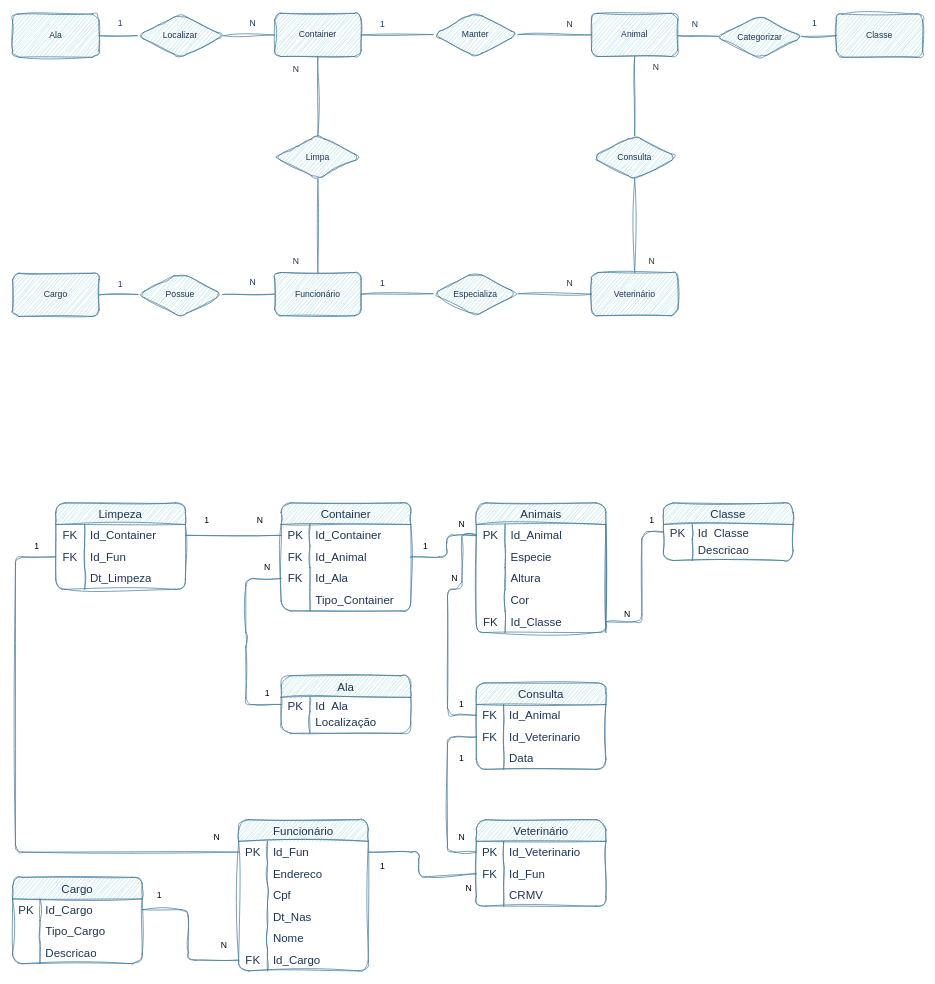
This is ETEC/DB/Atvs/Diagrama sem nome.drawio from Endrigogustavo/2Ano-ETEC, a draw.io file, before an edit. Source tidied: cells renumbered, new cells numbered last; positions are measured from the earlier drawing's top-left corner, leaving out a move shared by most shapes. Both pictures are drawn from the tidied source at 72%, with x=0, y=0 at pixel (12, 12).
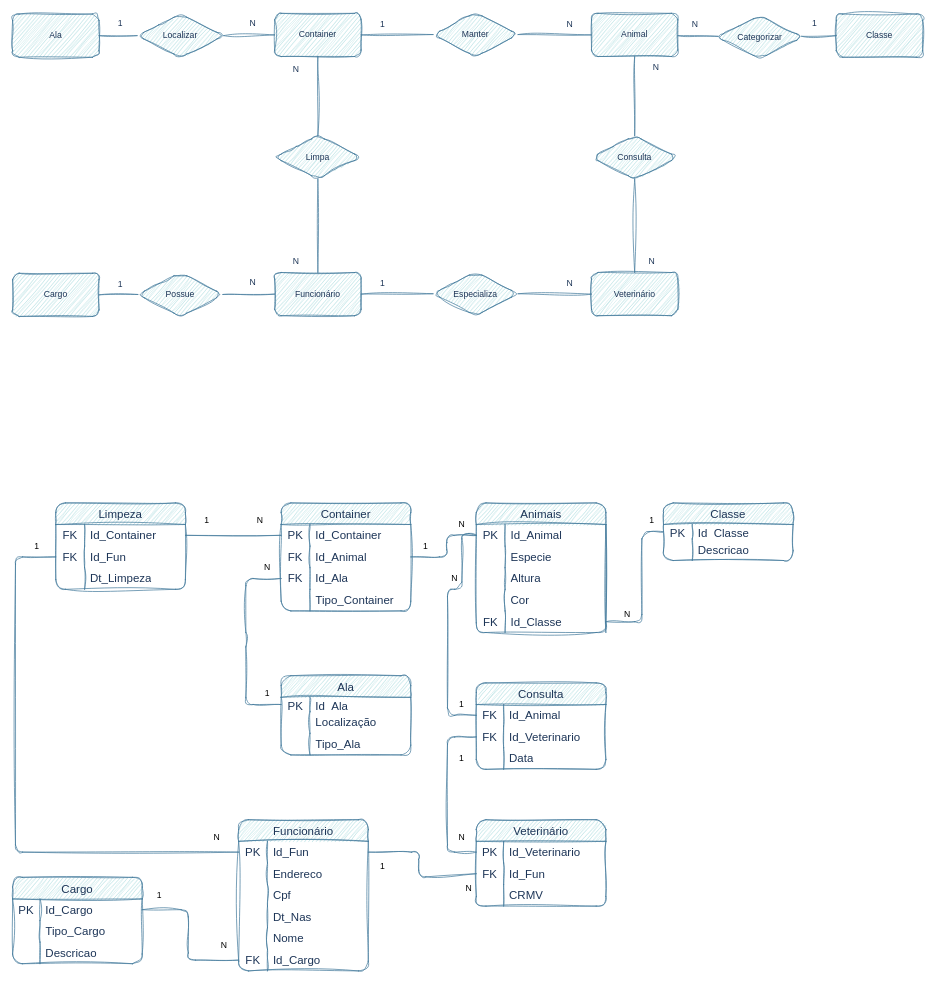
The same page after the edit.

The edit, as a diff of the source:
```diff
@@
     <mxCell id="48" value="Ala" style="shape=table;startSize=30;childLayout=tableLayout;rowLines=0;fontStyle=0;strokeColor=#457B9D;fontSize=16;rounded=1;sketch=1;curveFitting=1;jiggle=2;labelBackgroundColor=none;fillColor=#A8DADC;fontColor=#1D3557;" parent="1" vertex="1">
-      <mxGeometry x="373" y="921" width="180" height="80" as="geometry" />
+      <mxGeometry x="373" y="921" width="180" height="110" as="geometry" />
     </mxCell>
@@
+    <mxCell id="174" style="shape=tableRow;horizontal=0;startSize=0;swimlaneHead=0;swimlaneBody=0;top=0;left=0;bottom=0;right=0;fillColor=none;strokeColor=#457B9D;fontSize=16;rounded=1;sketch=1;curveFitting=1;jiggle=2;labelBackgroundColor=none;fontColor=#1D3557;" parent="48" vertex="1">
+      <mxGeometry y="50" width="180" height="30" as="geometry" />
+    </mxCell>
+    <mxCell id="175" style="shape=partialRectangle;html=1;whiteSpace=wrap;fillColor=none;top=0;left=0;bottom=0;right=0;overflow=hidden;strokeColor=#457B9D;fontSize=16;rounded=1;sketch=1;curveFitting=1;jiggle=2;labelBackgroundColor=none;fontColor=#1D3557;" parent="174" vertex="1">
+      <mxGeometry width="40" height="30" as="geometry" />
+    </mxCell>
+    <mxCell id="176" value="Localização" style="shape=partialRectangle;html=1;whiteSpace=wrap;fillColor=none;top=0;left=0;bottom=0;right=0;align=left;spacingLeft=6;overflow=hidden;strokeColor=#457B9D;fontSize=16;rounded=1;sketch=1;curveFitting=1;jiggle=2;labelBackgroundColor=none;fontColor=#1D3557;" parent="174" vertex="1">
+      <mxGeometry x="40" width="140" height="30" as="geometry" />
+    </mxCell>
     <mxCell id="52" style="shape=tableRow;horizontal=0;startSize=0;swimlaneHead=0;swimlaneBody=0;top=0;left=0;bottom=0;right=0;fillColor=none;strokeColor=#457B9D;fontSize=16;rounded=1;sketch=1;curveFitting=1;jiggle=2;labelBackgroundColor=none;fontColor=#1D3557;" parent="48" vertex="1">
-      <mxGeometry y="50" width="180" height="30" as="geometry" />
+      <mxGeometry y="80" width="180" height="30" as="geometry" />
     </mxCell>
@@
-    <mxCell id="54" value="Localização" style="shape=partialRectangle;html=1;whiteSpace=wrap;fillColor=none;top=0;left=0;bottom=0;right=0;align=left;spacingLeft=6;overflow=hidden;strokeColor=#457B9D;fontSize=16;rounded=1;sketch=1;curveFitting=1;jiggle=2;labelBackgroundColor=none;fontColor=#1D3557;" parent="52" vertex="1">
+    <mxCell id="54" value="Tipo_Ala" style="shape=partialRectangle;html=1;whiteSpace=wrap;fillColor=none;top=0;left=0;bottom=0;right=0;align=left;spacingLeft=6;overflow=hidden;strokeColor=#457B9D;fontSize=16;rounded=1;sketch=1;curveFitting=1;jiggle=2;labelBackgroundColor=none;fontColor=#1D3557;" parent="52" vertex="1">
       <mxGeometry x="40" width="140" height="30" as="geometry" />
     </mxCell>
```
